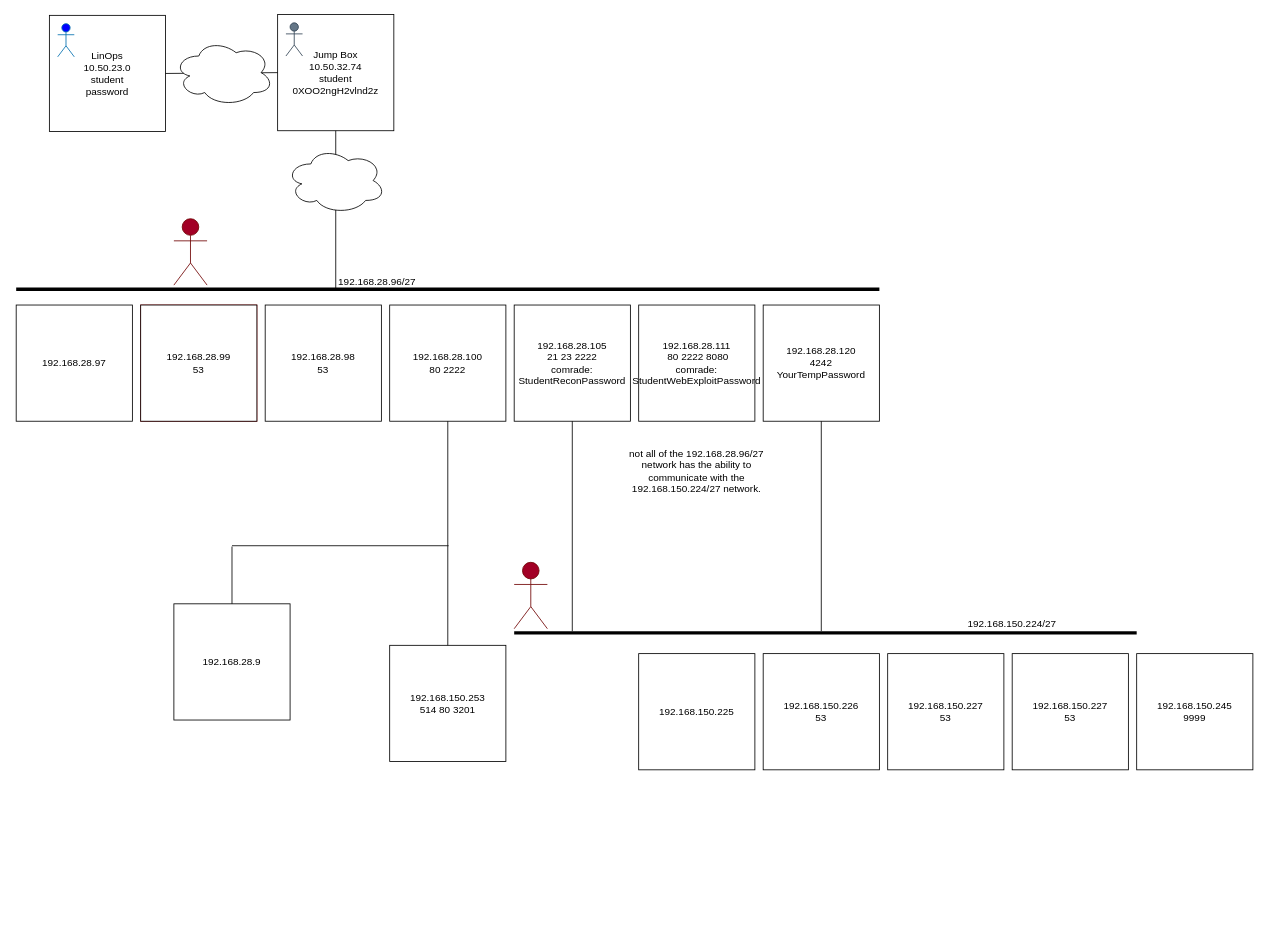
The draw.io diagram page "Page-1" (1 of 5) of Security/Vacca/Security Map.drawio in TheWaltuh/COSC-Notes, before the edit. Source tidied: cells renumbered, new cells numbered last; positions are measured from the earlier drawing's top-left corner, leaving out a move shared by most shapes. Both pictures are drawn from the tidied source at 83%, with x=0, y=0 at pixel (16, 14).
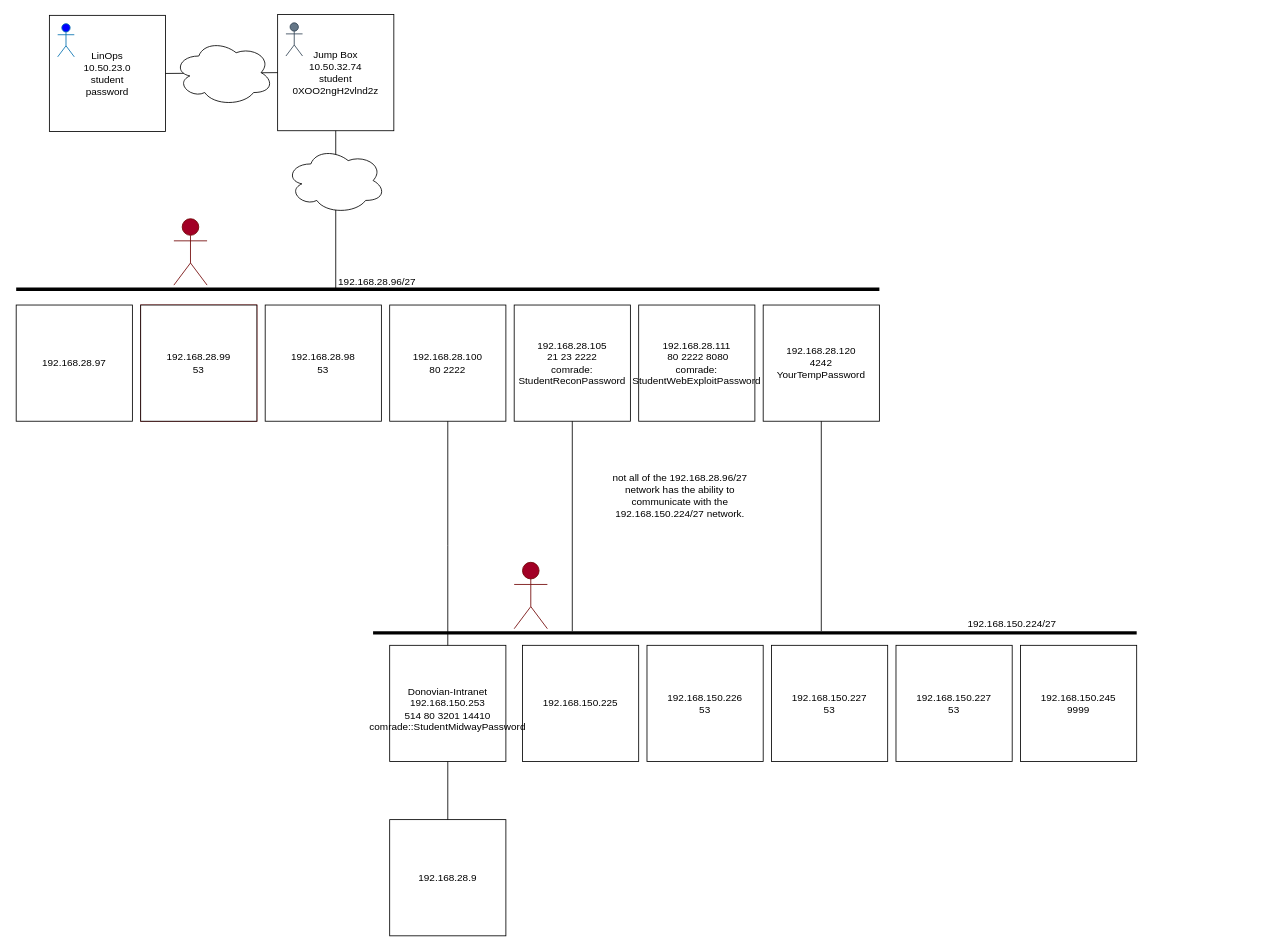
The same page after the edit.

What changed in the source:
```diff
@@
     <mxCell id="12" value="not all of the 192.168.28.96/27 network has the ability to communicate with the 192.168.150.224/27 network." style="text;html=1;strokeColor=none;fillColor=none;align=center;verticalAlign=middle;whiteSpace=wrap;rounded=0;" parent="1" vertex="1">
-      <mxGeometry x="720" y="510" width="200" height="80" as="geometry" />
+      <mxGeometry x="700" y="540" width="200" height="80" as="geometry" />
     </mxCell>
@@
     <mxCell id="24" value="192.168.150.225" style="whiteSpace=wrap;html=1;" parent="1" vertex="1">
-      <mxGeometry x="750" y="770" width="140" height="140" as="geometry" />
+      <mxGeometry x="610" y="760" width="140" height="140" as="geometry" />
     </mxCell>
     <mxCell id="25" value="&lt;div&gt;192.168.150.226&lt;/div&gt;&lt;div&gt;53&lt;/div&gt;" style="whiteSpace=wrap;html=1;" parent="1" vertex="1">
-      <mxGeometry x="900" y="770" width="140" height="140" as="geometry" />
+      <mxGeometry x="760" y="760" width="140" height="140" as="geometry" />
     </mxCell>
     <mxCell id="26" value="&lt;div&gt;192.168.150.227&lt;/div&gt;&lt;div&gt;53&lt;br&gt;&lt;/div&gt;" style="whiteSpace=wrap;html=1;" parent="1" vertex="1">
-      <mxGeometry x="1050" y="770" width="140" height="140" as="geometry" />
+      <mxGeometry x="910" y="760" width="140" height="140" as="geometry" />
     </mxCell>
@@
     <mxCell id="29" style="line;strokeWidth=4;html=1;perimeter=backbonePerimeter;points=[];outlineConnect=0;" parent="1" vertex="1">
-      <mxGeometry x="600" y="740" width="750" height="10" as="geometry" />
+      <mxGeometry x="430" y="740" width="920" height="10" as="geometry" />
     </mxCell>
     <mxCell id="30" value="&lt;div&gt;192.168.150.227&lt;/div&gt;&lt;div&gt;53&lt;br&gt;&lt;/div&gt;" style="whiteSpace=wrap;html=1;" parent="1" vertex="1">
-      <mxGeometry x="1200" y="770" width="140" height="140" as="geometry" />
+      <mxGeometry x="1060" y="760" width="140" height="140" as="geometry" />
     </mxCell>
@@
     <mxCell id="32" value="&lt;div&gt;192.168.150.245&lt;/div&gt;&lt;div&gt;9999&lt;br&gt;&lt;/div&gt;" style="whiteSpace=wrap;html=1;" parent="1" vertex="1">
-      <mxGeometry x="1350" y="770" width="140" height="140" as="geometry" />
+      <mxGeometry x="1210" y="760" width="140" height="140" as="geometry" />
     </mxCell>
@@
-    <mxCell id="34" value="&lt;div&gt;192.168.150.253&lt;/div&gt;514 80 3201" style="whiteSpace=wrap;html=1;" parent="1" vertex="1">
+    <mxCell id="34" value="&lt;div&gt;&lt;br&gt;&lt;/div&gt;&lt;div&gt;Donovian-Intranet&lt;br&gt;&lt;/div&gt;&lt;div&gt;192.168.150.253&lt;/div&gt;&lt;div&gt;514 80 3201 14410&lt;/div&gt;comrade::StudentMidwayPassword&lt;br&gt;" style="whiteSpace=wrap;html=1;" parent="1" vertex="1">
       <mxGeometry x="450" y="760" width="140" height="140" as="geometry" />
     </mxCell>
     <mxCell id="35" value="&lt;div&gt;192.168.28.9&lt;/div&gt;" style="whiteSpace=wrap;html=1;" parent="1" vertex="1">
-      <mxGeometry x="190" y="710" width="140" height="140" as="geometry" />
+      <mxGeometry x="450" y="970" width="140" height="140" as="geometry" />
     </mxCell>
@@
-    <mxCell id="37" style="endArrow=none;html=1;rounded=0;" parent="1" edge="1">
+    <mxCell id="37" style="endArrow=none;html=1;rounded=0;entryX=0.5;entryY=1;entryDx=0;entryDy=0;" parent="1" edge="1" target="34">
       <mxGeometry relative="1" as="geometry">
-        <mxPoint x="260" y="640" as="sourcePoint" />
-        <mxPoint x="521" y="640" as="targetPoint" />
+        <mxPoint x="520" y="970" as="sourcePoint" />
       </mxGeometry>
     </mxCell>
-    <mxCell id="38" style="endArrow=none;html=1;rounded=0;exitX=0.5;exitY=0;exitDx=0;exitDy=0;" parent="1" edge="1" source="35">
-      <mxGeometry relative="1" as="geometry">
-        <mxPoint x="260" y="641" as="targetPoint" />
-      </mxGeometry>
-    </mxCell>
```
